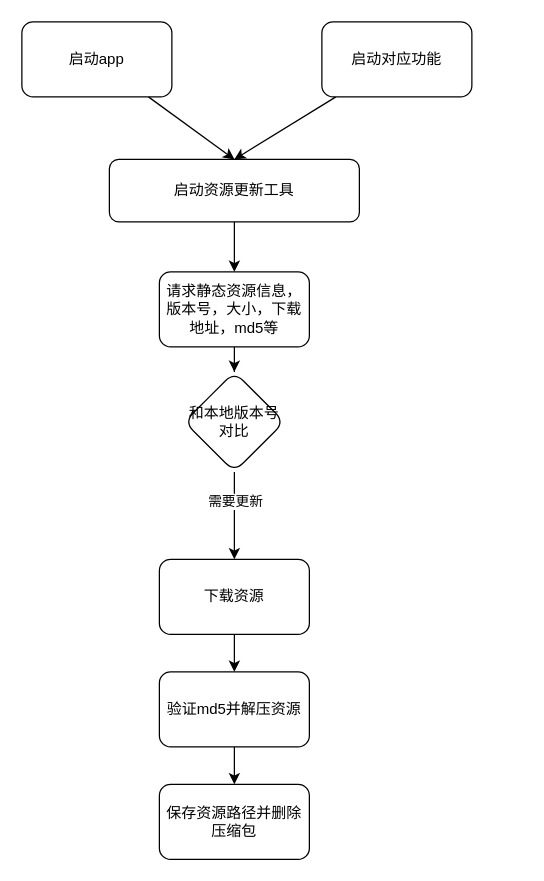
This is 资源本地化工具.drawio from mjnhmd/articles, a draw.io file, before an edit. Source tidied: cells renumbered, new cells numbered last; positions are measured from the earlier drawing's top-left corner, leaving out a move shared by most shapes. Both pictures are drawn from the tidied source at 125%, with x=0, y=0 at pixel (21, 21).
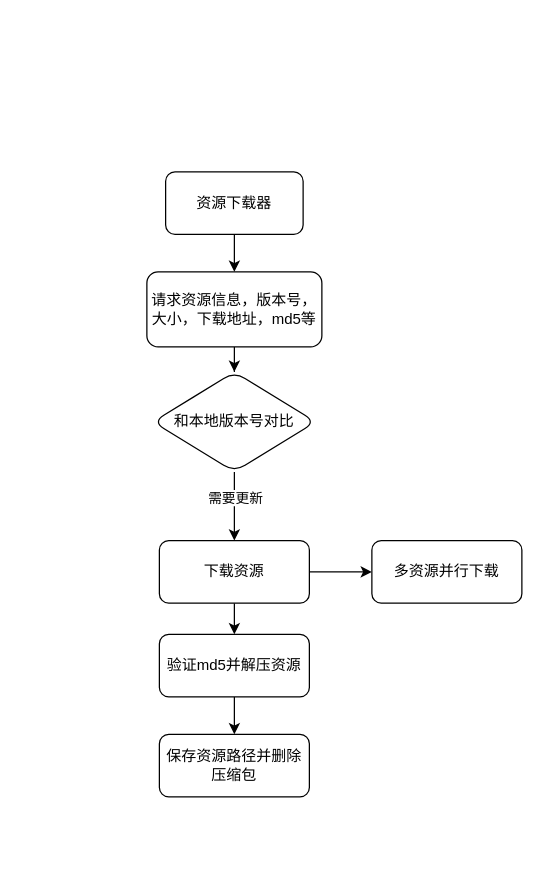
The same diagram, later.

Commit message:
更新资源本地化工具.drawio

What changed in the source:
```diff
@@
 <mxGraphModel>
   <root>
     <mxCell id="0" />
     <mxCell id="1" parent="0" />
-    <mxCell id="2" style="rounded=0;jettySize=auto;html=1;entryX=0.5;entryY=0;entryDx=0;entryDy=0;" parent="1" edge="1" source="3" target="5">
-      <mxGeometry relative="1" as="geometry" />
-    </mxCell>
-    <mxCell id="3" value="启动app" style="rounded=1;whiteSpace=wrap;html=1;" parent="1" vertex="1">
-      <mxGeometry width="120" height="60" as="geometry" />
-    </mxCell>
     <mxCell id="4" style="edgeStyle=orthogonalEdgeStyle;rounded=0;jettySize=auto;html=1;exitX=0.5;exitY=1;exitDx=0;exitDy=0;entryX=0.5;entryY=0;entryDx=0;entryDy=0;" parent="1" edge="1" source="5" target="14">
       <mxGeometry relative="1" as="geometry" />
     </mxCell>
-    <mxCell id="5" value="启动资源更新工具" style="rounded=1;whiteSpace=wrap;html=1;" parent="1" vertex="1">
-      <mxGeometry x="70" y="110" width="200" height="50" as="geometry" />
+    <mxCell id="5" value="资源下载器" style="rounded=1;whiteSpace=wrap;html=1;" parent="1" vertex="1">
+      <mxGeometry x="115" y="120" width="110" height="50" as="geometry" />
     </mxCell>
     <mxCell id="6" style="edgeStyle=orthogonalEdgeStyle;rounded=0;jettySize=auto;html=1;" parent="1" edge="1" source="7" target="9">
       <mxGeometry relative="1" as="geometry" />
     </mxCell>
+    <mxCell id="18" style="edgeStyle=orthogonalEdgeStyle;rounded=0;jettySize=auto;html=1;" parent="1" edge="1" source="7" target="19">
+      <mxGeometry relative="1" as="geometry" />
+    </mxCell>
     <mxCell id="7" value="下载资源" style="whiteSpace=wrap;html=1;rounded=1;" parent="1" vertex="1">
-      <mxGeometry x="110" y="430" width="120" height="60" as="geometry" />
+      <mxGeometry x="110" y="415" width="120" height="50" as="geometry" />
     </mxCell>
     <mxCell id="8" style="edgeStyle=orthogonalEdgeStyle;rounded=0;jettySize=auto;html=1;" parent="1" edge="1" source="9" target="10">
       <mxGeometry relative="1" as="geometry" />
     </mxCell>
     <mxCell id="9" value="验证md5并解压资源" style="whiteSpace=wrap;html=1;rounded=1;" parent="1" vertex="1">
-      <mxGeometry x="110" y="520" width="120" height="60" as="geometry" />
+      <mxGeometry x="110" y="490" width="120" height="50" as="geometry" />
     </mxCell>
     <mxCell id="10" value="保存资源路径并删除压缩包" style="whiteSpace=wrap;html=1;rounded=1;" parent="1" vertex="1">
-      <mxGeometry x="110" y="610" width="120" height="60" as="geometry" />
+      <mxGeometry x="110" y="570" width="120" height="50" as="geometry" />
     </mxCell>
-    <mxCell id="11" style="rounded=0;jettySize=auto;html=1;entryX=0.5;entryY=0;entryDx=0;entryDy=0;" parent="1" edge="1" source="12" target="5">
-      <mxGeometry relative="1" as="geometry" />
-    </mxCell>
-    <mxCell id="12" value="启动对应功能" style="rounded=1;whiteSpace=wrap;html=1;" parent="1" vertex="1">
-      <mxGeometry x="240" width="120" height="60" as="geometry" />
-    </mxCell>
     <mxCell id="13" style="edgeStyle=orthogonalEdgeStyle;rounded=0;jettySize=auto;html=1;" parent="1" edge="1" source="14" target="17">
       <mxGeometry relative="1" as="geometry" />
     </mxCell>
-    <mxCell id="14" value="请求静态资源信息，版本号，大小，下载地址，md5等" style="rounded=1;whiteSpace=wrap;html=1;" parent="1" vertex="1">
-      <mxGeometry x="110" y="200" width="120" height="60" as="geometry" />
+    <mxCell id="14" value="请求资源信息，版本号，大小，下载地址，md5等" style="rounded=1;whiteSpace=wrap;html=1;" parent="1" vertex="1">
+      <mxGeometry x="100" y="200" width="140" height="60" as="geometry" />
     </mxCell>
     <mxCell id="15" style="edgeStyle=orthogonalEdgeStyle;rounded=0;jettySize=auto;html=1;" parent="1" edge="1" source="17" target="7">
       <mxGeometry relative="1" as="geometry" />
     </mxCell>
     <mxCell id="16" value="需要更新" style="edgeLabel;html=1;align=center;verticalAlign=middle;" parent="15" vertex="1">
       <mxGeometry x="-0.6" y="-1" relative="1" as="geometry">
         <mxPoint x="1" y="9" as="offset" />
       </mxGeometry>
     </mxCell>
     <mxCell id="17" value="和本地版本号对比" style="rhombus;whiteSpace=wrap;html=1;rounded=1;" parent="1" vertex="1">
-      <mxGeometry x="130" y="280" width="80" height="80" as="geometry" />
+      <mxGeometry x="105" y="280" width="130" height="80" as="geometry" />
     </mxCell>
+    <mxCell id="19" value="多资源并行下载" style="whiteSpace=wrap;html=1;rounded=1;" parent="1" vertex="1">
+      <mxGeometry x="280" y="415" width="120" height="50" as="geometry" />
+    </mxCell>
   </root>
 </mxGraphModel>
```
